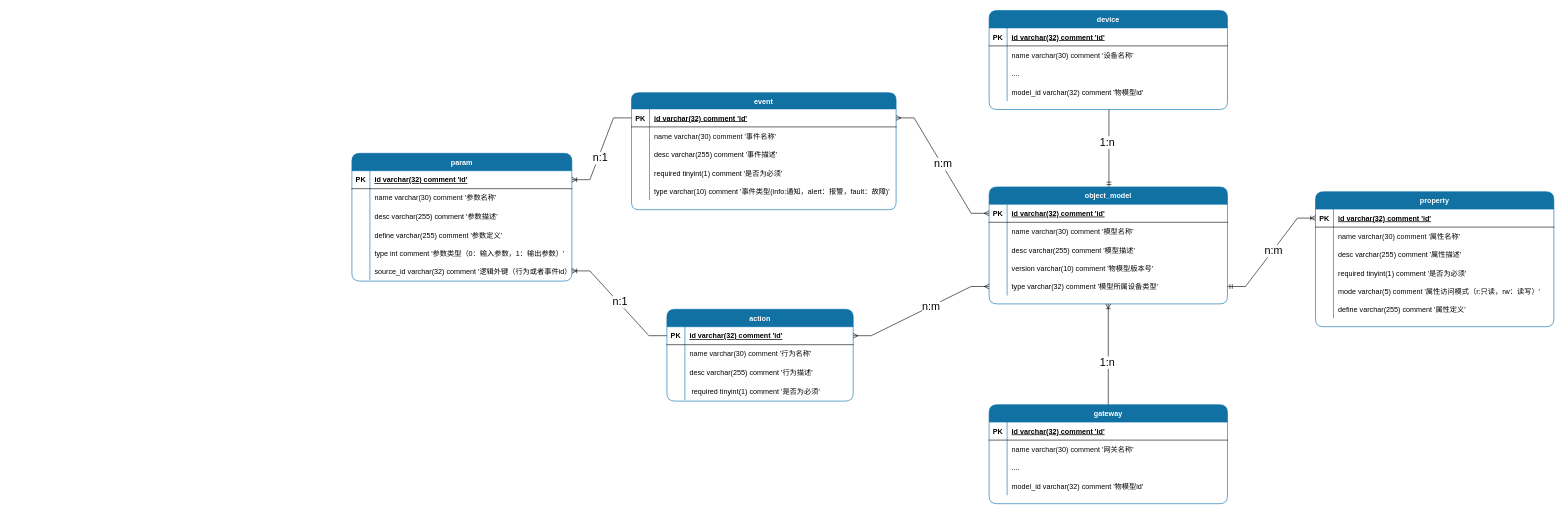
This is page "第 1 页" (1 of 2) of 物模型.drawio from viking-wj/software, a draw.io file, before an edit. Source tidied: cells renumbered, new cells numbered last; positions are measured from the earlier drawing's top-left corner, leaving out a move shared by most shapes. Both pictures are drawn from the tidied source at 60%, with x=0, y=0 at pixel (352, 10).
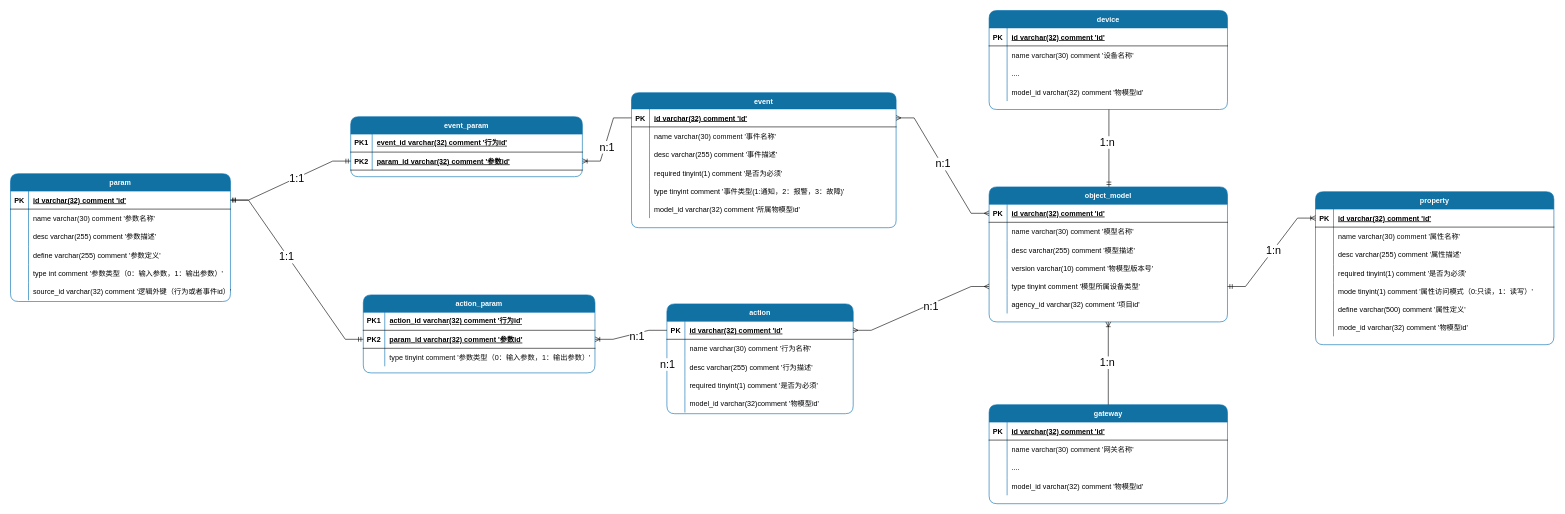
Above is the later version.

Commit message:
更新物模型.drawio

The change refers to these unchanged cells:
```xml
<mxCell id="3" style="shape=tableRow;horizontal=0;startSize=0;swimlaneHead=0;swimlaneBody=0;fillColor=none;points=[[0,0.5],[1,0.5]];portConstraint=eastwest;top=0;left=0;right=0;bottom=1;labelBackgroundColor=none;" parent="2" vertex="1">
  <mxGeometry y="29" width="310.5" height="30" as="geometry" />
</mxCell>
<mxCell id="12" style="shape=tableRow;horizontal=0;startSize=0;swimlaneHead=0;swimlaneBody=0;fillColor=none;top=0;left=0;right=0;bottom=0;labelBackgroundColor=none;" parent="2" vertex="1">
  <mxGeometry y="121" width="310.5" height="30" as="geometry" />
</mxCell>
<mxCell id="16" style="shape=tableRow;horizontal=0;startSize=0;swimlaneHead=0;swimlaneBody=0;fillColor=none;points=[[0,0.5],[1,0.5]];portConstraint=eastwest;top=0;left=0;right=0;bottom=1;labelBackgroundColor=none;" parent="15" vertex="1">
  <mxGeometry y="29" width="366.6" height="30" as="geometry" />
</mxCell>
<mxCell id="31" style="shape=tableRow;horizontal=0;startSize=0;swimlaneHead=0;swimlaneBody=0;fillColor=none;points=[[0,0.5],[1,0.5]];portConstraint=eastwest;top=0;left=0;right=0;bottom=0;" parent="15" vertex="1">
  <mxGeometry y="181" width="366.6" height="30" as="geometry" />
</mxCell>
<mxCell id="35" style="shape=tableRow;horizontal=0;startSize=0;swimlaneHead=0;swimlaneBody=0;fillColor=none;points=[[0,0.5],[1,0.5]];portConstraint=eastwest;top=0;left=0;right=0;bottom=1;labelBackgroundColor=none;" parent="34" vertex="1">
  <mxGeometry y="27" width="441" height="30" as="geometry" />
</mxCell>
<mxCell id="47" style="shape=tableRow;horizontal=0;startSize=0;swimlaneHead=0;swimlaneBody=0;fillColor=none;top=0;left=0;right=0;bottom=0;" parent="34" vertex="1">
  <mxGeometry y="149" width="441" height="30" as="geometry" />
</mxCell>
<mxCell id="63" style="shape=tableRow;horizontal=0;startSize=0;swimlaneHead=0;swimlaneBody=0;fillColor=none;top=0;left=0;right=0;bottom=0;" parent="50" vertex="1">
  <mxGeometry y="151" width="397.3" height="30" as="geometry" />
</mxCell>
<mxCell id="66" style="shape=tableRow;horizontal=0;startSize=0;swimlaneHead=0;swimlaneBody=0;fillColor=none;top=0;left=0;right=0;bottom=0;" parent="50" vertex="1">
  <mxGeometry y="181" width="397.3" height="30" as="geometry" />
</mxCell>
<mxCell id="82" style="shape=tableRow;horizontal=0;startSize=0;swimlaneHead=0;swimlaneBody=0;fillColor=none;points=[[0,0.5],[1,0.5]];portConstraint=eastwest;top=0;left=0;right=0;bottom=0;" parent="69" vertex="1">
  <mxGeometry y="151" width="397.3" height="30" as="geometry" />
</mxCell>
<mxCell id="91" style="edgeStyle=entityRelationEdgeStyle;fontSize=18;html=1;endArrow=ERmany;startArrow=ERmany;rounded=0;entryX=0;entryY=0.5;entryDx=0;entryDy=0;exitX=1;exitY=0.5;exitDx=0;exitDy=0;" parent="1" edge="1" source="35" target="70">
  <mxGeometry relative="1" as="geometry" />
</mxCell>
```

Diff of the diagram source:
```diff
@@
     <mxCell id="2" value="action" style="shape=table;startSize=29;childLayout=tableLayout;rowLines=0;fontStyle=1;align=center;labelBackgroundColor=none;fillColor=#1171a2;strokeColor=#006EAF;fontColor=#ffffff;rounded=1;swimlaneFillColor=none;" parent="1" vertex="1">
-      <mxGeometry x="525" y="498" width="310.5" height="153" as="geometry" />
+      <mxGeometry x="525" y="489" width="310.5" height="183" as="geometry" />
     </mxCell>
@@
-    <mxCell id="14" value=" required tinyint(1) comment '是否为必须'" style="shape=partialRectangle;fillColor=none;top=0;left=0;bottom=0;right=0;align=left;spacingLeft=6;overflow=hidden;labelBackgroundColor=none;" parent="12" vertex="1">
+    <mxCell id="14" value="required tinyint(1) comment '是否为必须'" style="shape=partialRectangle;fillColor=none;top=0;left=0;bottom=0;right=0;align=left;spacingLeft=6;overflow=hidden;labelBackgroundColor=none;" parent="12" vertex="1">
       <mxGeometry x="30" width="280.5" height="30" as="geometry" />
     </mxCell>
+    <mxCell id="125" style="shape=tableRow;horizontal=0;startSize=0;swimlaneHead=0;swimlaneBody=0;fillColor=none;top=0;left=0;right=0;bottom=0;" parent="2" vertex="1">
+      <mxGeometry y="151" width="310.5" height="30" as="geometry" />
+    </mxCell>
+    <mxCell id="126" style="shape=partialRectangle;fillColor=none;top=0;left=0;bottom=0;right=0;overflow=hidden;" parent="125" vertex="1">
+      <mxGeometry width="30" height="30" as="geometry" />
+    </mxCell>
+    <mxCell id="127" value="model_id varchar(32)comment '物模型id'" style="shape=partialRectangle;fillColor=none;top=0;left=0;bottom=0;right=0;align=left;spacingLeft=6;overflow=hidden;" parent="125" vertex="1">
+      <mxGeometry x="30" width="280.5" height="30" as="geometry" />
+    </mxCell>
     <mxCell id="15" value="param" style="shape=table;startSize=29;childLayout=tableLayout;rowLines=0;fontStyle=1;align=center;labelBackgroundColor=none;fillColor=#1171a2;strokeColor=#006EAF;fontColor=#ffffff;rounded=1;swimlaneFillColor=none;" parent="1" vertex="1">
-      <mxGeometry y="238" width="366.6" height="213" as="geometry" />
+      <mxGeometry x="-569" y="272" width="366.6" height="213" as="geometry" />
     </mxCell>
@@
     <mxCell id="34" value="event" style="shape=table;startSize=27;childLayout=tableLayout;rowLines=0;fontStyle=1;align=center;labelBackgroundColor=none;fillColor=#1171a2;strokeColor=#006EAF;fontColor=#ffffff;rounded=1;swimlaneFillColor=none;" parent="1" vertex="1">
-      <mxGeometry x="466" y="137" width="441" height="195" as="geometry" />
+      <mxGeometry x="466" y="137" width="441" height="225" as="geometry" />
     </mxCell>
@@
-    <mxCell id="49" value="type varchar(10) comment '事件类型(info:通知，alert：报警，fault：故障)'" style="shape=partialRectangle;fillColor=none;top=0;left=0;bottom=0;right=0;align=left;spacingLeft=6;overflow=hidden;" parent="47" vertex="1">
+    <mxCell id="49" value="type tinyint comment '事件类型(1:通知，2：报警，3：故障)'" style="shape=partialRectangle;fillColor=none;top=0;left=0;bottom=0;right=0;align=left;spacingLeft=6;overflow=hidden;" parent="47" vertex="1">
       <mxGeometry x="30" width="411" height="30" as="geometry" />
     </mxCell>
+    <mxCell id="128" style="shape=tableRow;horizontal=0;startSize=0;swimlaneHead=0;swimlaneBody=0;fillColor=none;top=0;left=0;right=0;bottom=0;" parent="34" vertex="1">
+      <mxGeometry y="179" width="441" height="30" as="geometry" />
+    </mxCell>
+    <mxCell id="129" style="shape=partialRectangle;fillColor=none;top=0;left=0;bottom=0;right=0;overflow=hidden;" parent="128" vertex="1">
+      <mxGeometry width="30" height="30" as="geometry" />
+    </mxCell>
+    <mxCell id="130" value="model_id varchar(32) comment '所属物模型id'" style="shape=partialRectangle;fillColor=none;top=0;left=0;bottom=0;right=0;align=left;spacingLeft=6;overflow=hidden;" parent="128" vertex="1">
+      <mxGeometry x="30" width="411" height="30" as="geometry" />
+    </mxCell>
     <mxCell id="50" value="property" style="shape=table;startSize=29;childLayout=tableLayout;rowLines=0;fontStyle=1;align=center;labelBackgroundColor=none;fillColor=#1171a2;strokeColor=#006EAF;fontColor=#ffffff;rounded=1;swimlaneFillColor=none;" parent="1" vertex="1">
-      <mxGeometry x="1606" y="302" width="397.3" height="225" as="geometry" />
+      <mxGeometry x="1606" y="302" width="397.3" height="255" as="geometry" />
     </mxCell>
@@
-    <mxCell id="65" value="mode varchar(5) comment '属性访问模式（r:只读，rw：读写）'" style="shape=partialRectangle;fillColor=none;top=0;left=0;bottom=0;right=0;align=left;spacingLeft=6;overflow=hidden;" parent="63" vertex="1">
+    <mxCell id="65" value="mode tinyint(1) comment '属性访问模式（0:只读，1：读写）'" style="shape=partialRectangle;fillColor=none;top=0;left=0;bottom=0;right=0;align=left;spacingLeft=6;overflow=hidden;" parent="63" vertex="1">
       <mxGeometry x="30" width="367.3" height="30" as="geometry" />
     </mxCell>
@@
-    <mxCell id="68" value="define varchar(255) comment '属性定义'" style="shape=partialRectangle;fillColor=none;top=0;left=0;bottom=0;right=0;align=left;spacingLeft=6;overflow=hidden;" parent="66" vertex="1">
+    <mxCell id="68" value="define varchar(500) comment '属性定义'" style="shape=partialRectangle;fillColor=none;top=0;left=0;bottom=0;right=0;align=left;spacingLeft=6;overflow=hidden;" parent="66" vertex="1">
       <mxGeometry x="30" width="367.3" height="30" as="geometry" />
     </mxCell>
+    <mxCell id="131" style="shape=tableRow;horizontal=0;startSize=0;swimlaneHead=0;swimlaneBody=0;fillColor=none;top=0;left=0;right=0;bottom=0;" parent="50" vertex="1">
+      <mxGeometry y="211" width="397.3" height="30" as="geometry" />
+    </mxCell>
+    <mxCell id="132" style="shape=partialRectangle;fillColor=none;top=0;left=0;bottom=0;right=0;overflow=hidden;" parent="131" vertex="1">
+      <mxGeometry width="30" height="30" as="geometry" />
+    </mxCell>
+    <mxCell id="133" value="mode_id varchar(32) comment '物模型id'" style="shape=partialRectangle;fillColor=none;top=0;left=0;bottom=0;right=0;align=left;spacingLeft=6;overflow=hidden;" parent="131" vertex="1">
+      <mxGeometry x="30" width="367.3" height="30" as="geometry" />
+    </mxCell>
     <mxCell id="69" value="object_model" style="shape=table;startSize=29;childLayout=tableLayout;rowLines=0;fontStyle=1;align=center;labelBackgroundColor=none;fillColor=#1171a2;strokeColor=#006EAF;fontColor=#ffffff;rounded=1;swimlaneFillColor=none;" parent="1" vertex="1">
-      <mxGeometry x="1062" y="294" width="397.3" height="195" as="geometry" />
+      <mxGeometry x="1062" y="294" width="397.3" height="225" as="geometry" />
     </mxCell>
@@
-    <mxCell id="84" value="type varchar(32) comment '模型所属设备类型'" style="shape=partialRectangle;fillColor=none;top=0;left=0;bottom=0;right=0;align=left;spacingLeft=6;overflow=hidden;" parent="82" vertex="1">
+    <mxCell id="84" value="type tinyint comment '模型所属设备类型'" style="shape=partialRectangle;fillColor=none;top=0;left=0;bottom=0;right=0;align=left;spacingLeft=6;overflow=hidden;" parent="82" vertex="1">
       <mxGeometry x="30" width="367.3" height="30" as="geometry" />
     </mxCell>
+    <mxCell id="134" style="shape=tableRow;horizontal=0;startSize=0;swimlaneHead=0;swimlaneBody=0;fillColor=none;top=0;left=0;right=0;bottom=0;" parent="69" vertex="1">
+      <mxGeometry y="181" width="397.3" height="30" as="geometry" />
+    </mxCell>
+    <mxCell id="135" style="shape=partialRectangle;fillColor=none;top=0;left=0;bottom=0;right=0;overflow=hidden;" parent="134" vertex="1">
+      <mxGeometry width="30" height="30" as="geometry" />
+    </mxCell>
+    <mxCell id="136" value="agency_id varchar(32) comment '项目id'" style="shape=partialRectangle;fillColor=none;top=0;left=0;bottom=0;right=0;align=left;spacingLeft=6;overflow=hidden;" parent="134" vertex="1">
+      <mxGeometry x="30" width="367.3" height="30" as="geometry" />
+    </mxCell>
-    <mxCell id="85" style="edgeStyle=entityRelationEdgeStyle;fontSize=12;html=1;endArrow=ERoneToMany;rounded=0;exitX=0;exitY=0.5;exitDx=0;exitDy=0;entryX=1;entryY=0.5;entryDx=0;entryDy=0;" parent="1" edge="1" source="3" target="31">
+    <mxCell id="85" style="edgeStyle=entityRelationEdgeStyle;fontSize=12;html=1;endArrow=ERoneToMany;rounded=0;exitX=0;exitY=0.5;exitDx=0;exitDy=0;" parent="1" edge="1" source="3" target="141">
       <mxGeometry relative="1" as="geometry" />
     </mxCell>
-    <mxCell id="86" style="edgeStyle=entityRelationEdgeStyle;fontSize=12;html=1;endArrow=ERoneToMany;rounded=0;entryX=1;entryY=0.5;entryDx=0;entryDy=0;exitX=0;exitY=0.5;exitDx=0;exitDy=0;" parent="1" edge="1" source="35" target="16">
+    <mxCell id="86" style="edgeStyle=entityRelationEdgeStyle;fontSize=12;html=1;endArrow=ERoneToMany;rounded=0;entryX=1;entryY=0.5;entryDx=0;entryDy=0;exitX=0;exitY=0.5;exitDx=0;exitDy=0;" parent="1" edge="1" source="35" target="152">
       <mxGeometry relative="1" as="geometry" />
     </mxCell>
@@
     <mxCell id="90" value="n:1" style="edgeLabel;html=1;align=center;verticalAlign=middle;fontSize=18;" parent="1" vertex="1">
-      <mxGeometry x="406" y="347" as="geometry">
+      <mxGeometry x="434" y="404" as="geometry">
         <mxPoint x="40" y="138" as="offset" />
       </mxGeometry>
     </mxCell>
@@
-    <mxCell id="92" value="n:m" style="edgeLabel;html=1;align=center;verticalAlign=middle;fontSize=18;" parent="91" vertex="1">
+    <mxCell id="92" value="n:1" style="edgeLabel;html=1;align=center;verticalAlign=middle;fontSize=18;" parent="91" vertex="1">
       <mxGeometry x="-0.02" y="2" relative="1" as="geometry" />
     </mxCell>
-    <mxCell id="93" value="n:m" style="edgeLabel;html=1;align=center;verticalAlign=middle;fontSize=18;" parent="1" vertex="1">
+    <mxCell id="93" value="n:1" style="edgeLabel;html=1;align=center;verticalAlign=middle;fontSize=18;" parent="1" vertex="1">
       <mxGeometry x="964" y="493" as="geometry" />
     </mxCell>
-    <mxCell id="94" value="n:m" style="edgeLabel;html=1;align=center;verticalAlign=middle;fontSize=18;" parent="1" vertex="1">
+    <mxCell id="94" value="1:n" style="edgeLabel;html=1;align=center;verticalAlign=middle;fontSize=18;" parent="1" vertex="1">
       <mxGeometry x="1588" y="382" as="geometry">
         <mxPoint x="-53" y="18" as="offset" />
       </mxGeometry>
     </mxCell>
@@
+    <mxCell id="137" value="action_param" style="shape=table;startSize=29;childLayout=tableLayout;rowLines=0;fontStyle=1;align=center;labelBackgroundColor=none;fillColor=#1171a2;strokeColor=#006EAF;fontColor=#ffffff;rounded=1;swimlaneFillColor=none;" parent="1" vertex="1">
+      <mxGeometry x="19" y="474" width="386.1" height="130" as="geometry" />
+    </mxCell>
+    <mxCell id="138" style="shape=tableRow;horizontal=0;startSize=0;swimlaneHead=0;swimlaneBody=0;fillColor=none;top=0;left=0;right=0;bottom=1;" parent="137" vertex="1">
+      <mxGeometry y="29" width="386.1" height="30" as="geometry" />
+    </mxCell>
+    <mxCell id="139" value="PK1" style="shape=partialRectangle;fillColor=none;top=0;left=0;bottom=0;right=0;fontStyle=1;overflow=hidden;whiteSpace=wrap;html=1;" parent="138" vertex="1">
+      <mxGeometry width="35.8" height="30" as="geometry" />
+    </mxCell>
+    <mxCell id="140" value="action_id varchar(32) comment '行为id'" style="shape=partialRectangle;fillColor=none;top=0;left=0;bottom=0;right=0;align=left;spacingLeft=6;fontStyle=5;overflow=hidden;whiteSpace=wrap;html=1;" parent="138" vertex="1">
+      <mxGeometry x="35.8" width="350.3" height="30" as="geometry" />
+    </mxCell>
+    <mxCell id="141" style="shape=tableRow;horizontal=0;startSize=0;swimlaneHead=0;swimlaneBody=0;fillColor=none;points=[[0,0.5],[1,0.5]];portConstraint=eastwest;top=0;left=0;right=0;bottom=1;labelBackgroundColor=none;" parent="137" vertex="1">
+      <mxGeometry y="59" width="386.1" height="30" as="geometry" />
+    </mxCell>
+    <mxCell id="142" value="PK2" style="shape=partialRectangle;fillColor=none;top=0;left=0;bottom=0;right=0;fontStyle=1;overflow=hidden;labelBackgroundColor=none;" parent="141" vertex="1">
+      <mxGeometry width="35.8" height="30" as="geometry" />
+    </mxCell>
+    <mxCell id="143" value="param_id varchar(32) comment '参数id'" style="shape=partialRectangle;fillColor=none;top=0;left=0;bottom=0;right=0;align=left;spacingLeft=6;fontStyle=5;overflow=hidden;labelBackgroundColor=none;" parent="141" vertex="1">
+      <mxGeometry x="35.8" width="350.3" height="30" as="geometry" />
+    </mxCell>
+    <mxCell id="144" style="shape=tableRow;horizontal=0;startSize=0;swimlaneHead=0;swimlaneBody=0;fillColor=none;top=0;left=0;right=0;bottom=0;labelBorderColor=none;fontColor=#0a0a0a;" parent="137" vertex="1">
+      <mxGeometry y="89" width="386.1" height="30" as="geometry" />
+    </mxCell>
+    <mxCell id="145" style="shape=partialRectangle;fillColor=none;top=0;left=0;bottom=0;right=0;overflow=hidden;labelBorderColor=none;fontColor=#0a0a0a;" parent="144" vertex="1">
+      <mxGeometry width="35.8" height="30" as="geometry" />
+    </mxCell>
+    <mxCell id="146" value="type tinyint comment '参数类型（0：输入参数，1：输出参数）'" style="shape=partialRectangle;fillColor=none;top=0;left=0;bottom=0;right=0;align=left;spacingLeft=6;overflow=hidden;labelBorderColor=none;fontColor=#0a0a0a;" parent="144" vertex="1">
+      <mxGeometry x="35.8" width="350.3" height="30" as="geometry" />
+    </mxCell>
+    <mxCell id="147" value="n:1" style="edgeLabel;html=1;align=center;verticalAlign=middle;fontSize=18;" parent="1" vertex="1">
+      <mxGeometry x="525" y="589.2" as="geometry" />
+    </mxCell>
+    <mxCell id="148" value="event_param" style="shape=table;startSize=29;childLayout=tableLayout;rowLines=0;fontStyle=1;align=center;labelBackgroundColor=none;fillColor=#1171a2;strokeColor=#006EAF;fontColor=#ffffff;rounded=1;swimlaneFillColor=none;" parent="1" vertex="1">
+      <mxGeometry x="-2" y="177" width="386.1" height="100" as="geometry" />
+    </mxCell>
+    <mxCell id="149" style="shape=tableRow;horizontal=0;startSize=0;swimlaneHead=0;swimlaneBody=0;fillColor=none;top=0;left=0;right=0;bottom=1;" parent="148" vertex="1">
+      <mxGeometry y="29" width="386.1" height="30" as="geometry" />
+    </mxCell>
+    <mxCell id="150" value="PK1" style="shape=partialRectangle;fillColor=none;top=0;left=0;bottom=0;right=0;fontStyle=1;overflow=hidden;whiteSpace=wrap;html=1;" parent="149" vertex="1">
+      <mxGeometry width="35.8" height="30" as="geometry" />
+    </mxCell>
+    <mxCell id="151" value="event_id varchar(32) comment '行为id'" style="shape=partialRectangle;fillColor=none;top=0;left=0;bottom=0;right=0;align=left;spacingLeft=6;fontStyle=5;overflow=hidden;whiteSpace=wrap;html=1;" parent="149" vertex="1">
+      <mxGeometry x="35.8" width="350.3" height="30" as="geometry" />
+    </mxCell>
+    <mxCell id="152" style="shape=tableRow;horizontal=0;startSize=0;swimlaneHead=0;swimlaneBody=0;fillColor=none;points=[[0,0.5],[1,0.5]];portConstraint=eastwest;top=0;left=0;right=0;bottom=1;labelBackgroundColor=none;" parent="148" vertex="1">
+      <mxGeometry y="59" width="386.1" height="30" as="geometry" />
+    </mxCell>
+    <mxCell id="153" value="PK2" style="shape=partialRectangle;fillColor=none;top=0;left=0;bottom=0;right=0;fontStyle=1;overflow=hidden;labelBackgroundColor=none;" parent="152" vertex="1">
+      <mxGeometry width="35.8" height="30" as="geometry" />
+    </mxCell>
+    <mxCell id="154" value="param_id varchar(32) comment '参数id'" style="shape=partialRectangle;fillColor=none;top=0;left=0;bottom=0;right=0;align=left;spacingLeft=6;fontStyle=5;overflow=hidden;labelBackgroundColor=none;" parent="152" vertex="1">
+      <mxGeometry x="35.8" width="350.3" height="30" as="geometry" />
+    </mxCell>
+    <mxCell id="155" style="edgeStyle=entityRelationEdgeStyle;fontSize=12;html=1;endArrow=ERmandOne;startArrow=ERmandOne;rounded=0;entryX=0;entryY=0.5;entryDx=0;entryDy=0;" parent="1" edge="1" source="16" target="152">
+      <mxGeometry relative="1" as="geometry" />
+    </mxCell>
+    <mxCell id="156" style="edgeStyle=entityRelationEdgeStyle;fontSize=12;html=1;endArrow=ERmandOne;startArrow=ERmandOne;rounded=0;entryX=0;entryY=0.5;entryDx=0;entryDy=0;exitX=1;exitY=0.5;exitDx=0;exitDy=0;" parent="1" edge="1" source="16" target="141">
+      <mxGeometry relative="1" as="geometry" />
+    </mxCell>
+    <mxCell id="157" value="1:1" style="edgeLabel;html=1;align=center;verticalAlign=middle;fontSize=18;" parent="1" vertex="1">
+      <mxGeometry x="367" y="205" as="geometry">
+        <mxPoint x="-460" y="74" as="offset" />
+      </mxGeometry>
+    </mxCell>
+    <mxCell id="158" value="1:1" style="edgeLabel;html=1;align=center;verticalAlign=middle;fontSize=18;" parent="1" vertex="1">
+      <mxGeometry x="350" y="336" as="geometry">
+        <mxPoint x="-460" y="74" as="offset" />
+      </mxGeometry>
+    </mxCell>
```
